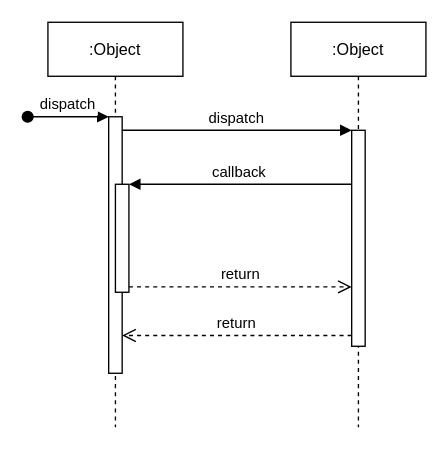
The draw.io diagram 未命名绘图.drawio in lvmq/emop, before the edit. Source tidied: cells renumbered, new cells numbered last; positions are measured from the earlier drawing's top-left corner, leaving out a move shared by most shapes. Both pictures are drawn from the tidied source at 135%, with x=0, y=0 at pixel (27, 22).
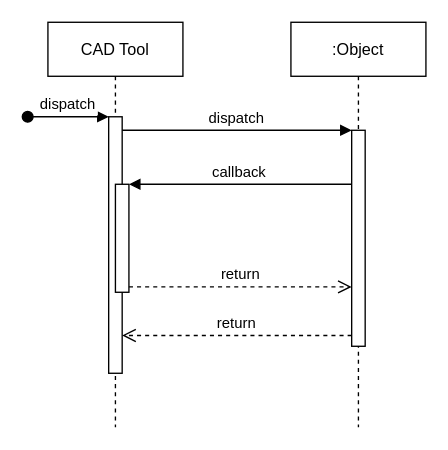
After the change.

What changed in the source:
```diff
@@
 <mxGraphModel>
   <root>
     <mxCell id="0" />
     <mxCell id="1" parent="0" />
-    <mxCell id="2" value=":Object" style="shape=umlLifeline;perimeter=lifelinePerimeter;rounded=0;shadow=0;strokeWidth=1;" parent="1" vertex="1">
+    <mxCell id="2" value="CAD Tool" style="shape=umlLifeline;perimeter=lifelinePerimeter;rounded=0;shadow=0;strokeWidth=1;" parent="1" vertex="1">
       <mxGeometry x="15" width="100" height="300" as="geometry" />
     </mxCell>
     <mxCell id="3" style="points=[];perimeter=orthogonalPerimeter;rounded=0;shadow=0;strokeWidth=1;" parent="2" vertex="1">
       <mxGeometry x="45" y="70" width="10" height="190" as="geometry" />
     </mxCell>
     <mxCell id="4" value="dispatch" style="verticalAlign=bottom;startArrow=oval;endArrow=block;startSize=8;shadow=0;strokeWidth=1;" parent="2" edge="1" target="3">
       <mxGeometry relative="1" as="geometry">
         <mxPoint x="-15" y="70" as="sourcePoint" />
       </mxGeometry>
     </mxCell>
     <mxCell id="5" style="points=[];perimeter=orthogonalPerimeter;rounded=0;shadow=0;strokeWidth=1;" parent="2" vertex="1">
       <mxGeometry x="50" y="120" width="10" height="80" as="geometry" />
     </mxCell>
     <mxCell id="6" value=":Object" style="shape=umlLifeline;perimeter=lifelinePerimeter;rounded=0;shadow=0;strokeWidth=1;" parent="1" vertex="1">
       <mxGeometry x="195" width="100" height="300" as="geometry" />
     </mxCell>
     <mxCell id="7" style="points=[];perimeter=orthogonalPerimeter;rounded=0;shadow=0;strokeWidth=1;" parent="6" vertex="1">
       <mxGeometry x="45" y="80" width="10" height="160" as="geometry" />
     </mxCell>
     <mxCell id="8" value="return" style="verticalAlign=bottom;endArrow=open;dashed=1;endSize=8;exitX=0;exitY=0.95;shadow=0;strokeWidth=1;" parent="1" edge="1" source="7" target="3">
       <mxGeometry relative="1" as="geometry" />
     </mxCell>
     <mxCell id="9" value="dispatch" style="verticalAlign=bottom;endArrow=block;entryX=0;entryY=0;shadow=0;strokeWidth=1;" parent="1" edge="1" source="3" target="7">
       <mxGeometry relative="1" as="geometry" />
     </mxCell>
     <mxCell id="10" value="callback" style="verticalAlign=bottom;endArrow=block;entryX=1;entryY=0;shadow=0;strokeWidth=1;" parent="1" edge="1" source="7" target="5">
       <mxGeometry relative="1" as="geometry" />
     </mxCell>
     <mxCell id="11" value="return" style="verticalAlign=bottom;endArrow=open;dashed=1;endSize=8;exitX=1;exitY=0.95;shadow=0;strokeWidth=1;" parent="1" edge="1" source="5" target="7">
       <mxGeometry relative="1" as="geometry" />
     </mxCell>
   </root>
 </mxGraphModel>
```
